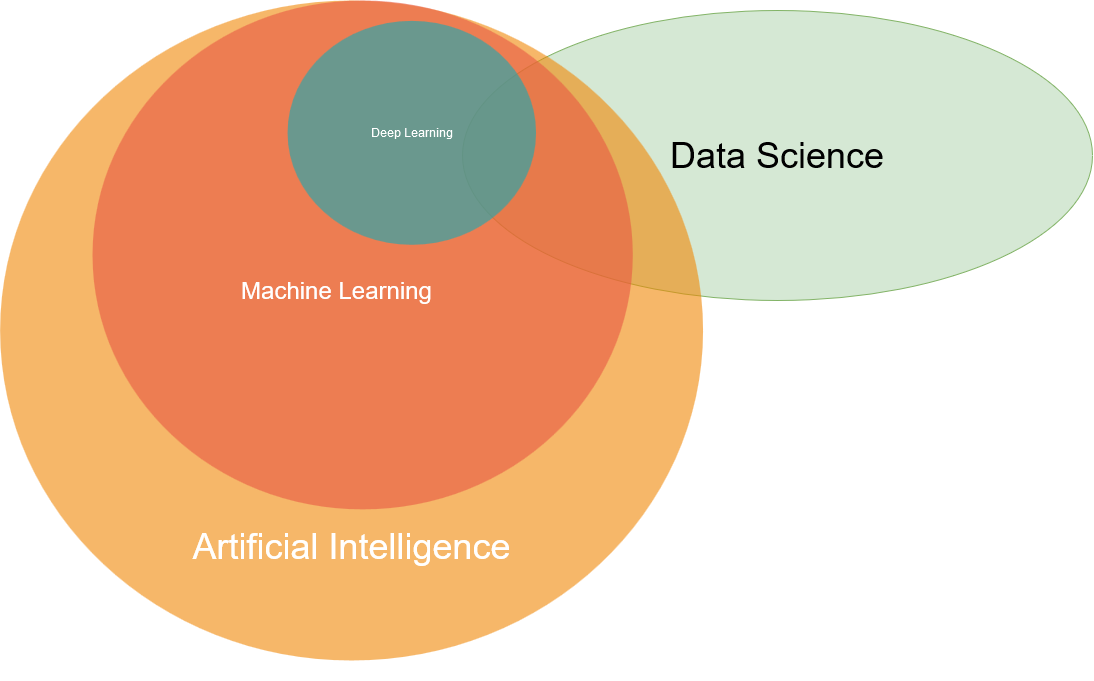
Before: images/DataScience-AI-ML-DL.drawio.png, a diagram exported from draw.io (ati-ozgur/course-data-mining). Source tidied: cells renumbered, new cells last; positions are measured from the earlier drawing's top-left corner, leaving out a move shared by most shapes.
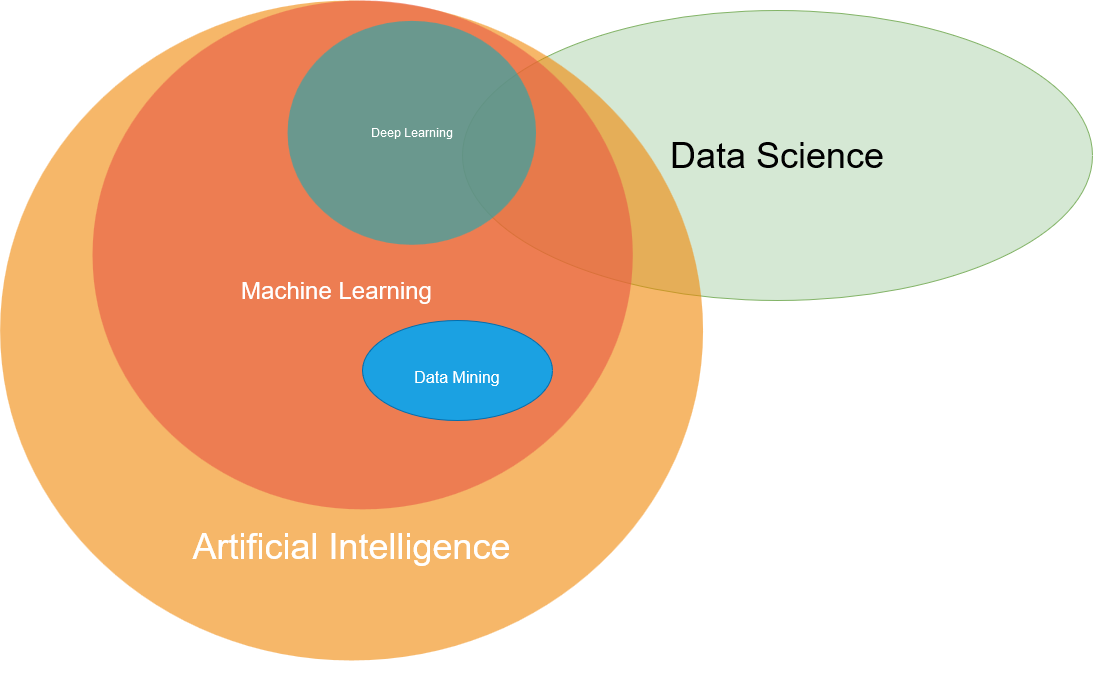
Later version of the same file.

Diff of the diagram source:
```diff
@@ -26,5 +26,8 @@
     <mxCell id="9" value="Deep Learning" style="ellipse;fillColor=#12AAB5;opacity=60;strokeColor=none;html=1;fontColor=#FFFFFF;" parent="4" vertex="1">
       <mxGeometry x="195" y="20.4" width="248.5" height="223.9" as="geometry" />
     </mxCell>
+    <mxCell id="10" value="&lt;font size=&quot;3&quot;&gt;Data Mining&lt;br&gt;&lt;/font&gt;" style="ellipse;whiteSpace=wrap;html=1;fontSize=36;fillColor=#1ba1e2;strokeColor=#006EAF;fontColor=#ffffff;" parent="4" vertex="1">
+      <mxGeometry x="270" y="320" width="190" height="100" as="geometry" />
+    </mxCell>
   </root>
 </mxGraphModel>
```
